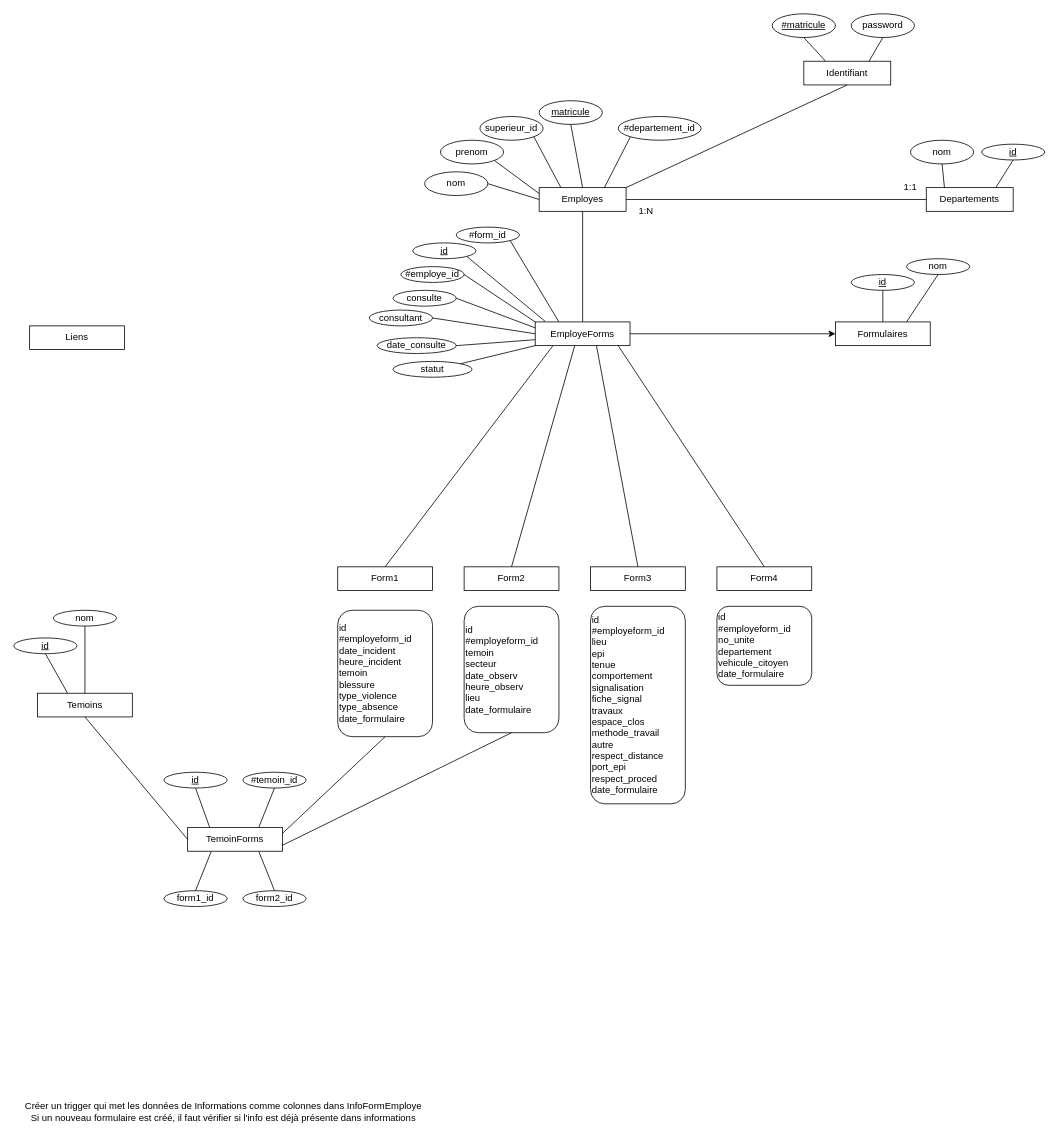
Earlier version of the draw.io diagram Notes/BDD/BDD.drawio (antoineg94/Projet-integration). Source tidied: cells renumbered, new cells numbered last; positions are measured from the earlier drawing's top-left corner, leaving out a move shared by most shapes. Both pictures are drawn from the tidied source at 79%, with x=0, y=0 at pixel (13, 13).
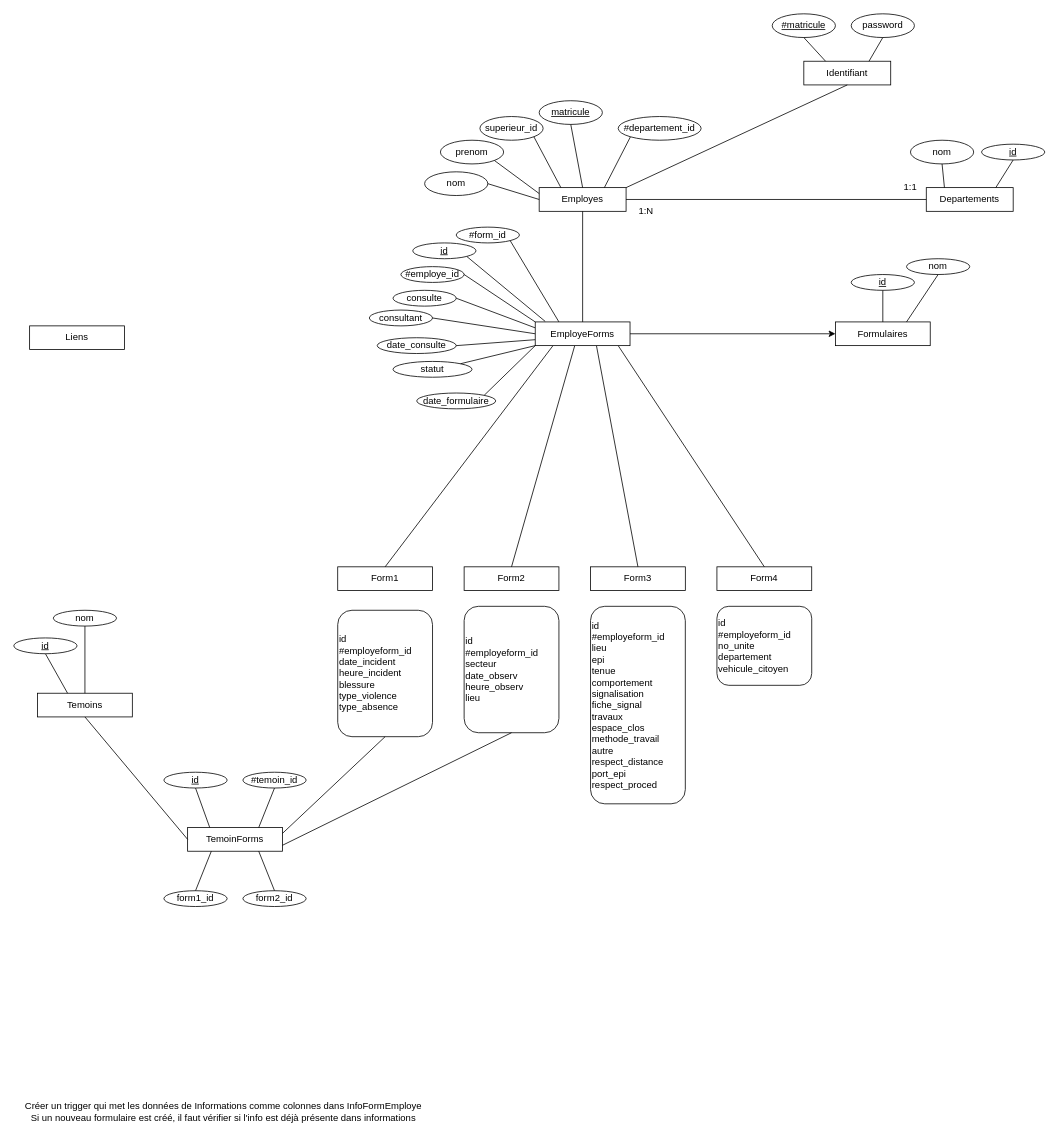
The same page after the edit.

The change refers to these unchanged cells:
```xml
<mxCell id="44" value="EmployeForms" style="rounded=0;whiteSpace=wrap;html=1;" parent="1" vertex="1">
  <mxGeometry x="660" y="390" width="120" height="30" as="geometry" />
</mxCell>
```

The edit, as a diff of the source:
```diff
@@
-    <mxCell id="33" value="id&lt;br&gt;#employeform_id&lt;br&gt;&lt;span style=&quot;background-color: initial;&quot;&gt;date_incident&lt;/span&gt;&lt;br&gt;&lt;div style=&quot;&quot;&gt;heure_incident&lt;/div&gt;&lt;div style=&quot;&quot;&gt;temoin&lt;/div&gt;&lt;div style=&quot;&quot;&gt;blessure&lt;/div&gt;&lt;div style=&quot;&quot;&gt;type_violence&lt;/div&gt;&lt;div style=&quot;&quot;&gt;type_absence&lt;/div&gt;&lt;div style=&quot;&quot;&gt;date_formulaire&lt;/div&gt;" style="rounded=1;whiteSpace=wrap;html=1;align=left;" parent="1" vertex="1">
+    <mxCell id="33" value="id&lt;br&gt;#employeform_id&lt;br&gt;&lt;span style=&quot;background-color: initial;&quot;&gt;date_incident&lt;/span&gt;&lt;br&gt;&lt;div style=&quot;&quot;&gt;heure_incident&lt;/div&gt;&lt;div style=&quot;&quot;&gt;blessure&lt;/div&gt;&lt;div style=&quot;&quot;&gt;type_violence&lt;/div&gt;&lt;div style=&quot;&quot;&gt;type_absence&lt;/div&gt;" style="rounded=1;whiteSpace=wrap;html=1;align=left;" parent="1" vertex="1">
       <mxGeometry x="410" y="755" width="120" height="160" as="geometry" />
     </mxCell>
-    <mxCell id="34" value="id&lt;br&gt;#employeform_id&lt;br&gt;&lt;span style=&quot;background-color: initial;&quot;&gt;temoin&lt;/span&gt;&lt;br&gt;&lt;div style=&quot;&quot;&gt;secteur&lt;/div&gt;&lt;div style=&quot;&quot;&gt;date_observ&lt;/div&gt;&lt;div style=&quot;&quot;&gt;heure_observ&lt;/div&gt;&lt;div style=&quot;&quot;&gt;lieu&lt;/div&gt;&lt;div style=&quot;&quot;&gt;date_formulaire&lt;/div&gt;" style="rounded=1;whiteSpace=wrap;html=1;align=left;" parent="1" vertex="1">
+    <mxCell id="34" value="id&lt;br&gt;#employeform_id&lt;br&gt;&lt;span style=&quot;background-color: initial;&quot;&gt;secteur&lt;/span&gt;&lt;br&gt;&lt;div style=&quot;&quot;&gt;date_observ&lt;/div&gt;&lt;div style=&quot;&quot;&gt;heure_observ&lt;/div&gt;&lt;div style=&quot;&quot;&gt;lieu&lt;/div&gt;" style="rounded=1;whiteSpace=wrap;html=1;align=left;" parent="1" vertex="1">
       <mxGeometry x="570" y="750" width="120" height="160" as="geometry" />
     </mxCell>
-    <mxCell id="35" value="id&lt;br style=&quot;border-color: var(--border-color);&quot;&gt;#employeform_id&lt;br&gt;lieu&lt;br style=&quot;border-color: var(--border-color);&quot;&gt;&lt;div style=&quot;border-color: var(--border-color);&quot;&gt;epi&lt;/div&gt;&lt;div style=&quot;border-color: var(--border-color);&quot;&gt;tenue&lt;/div&gt;&lt;div style=&quot;border-color: var(--border-color);&quot;&gt;comportement&lt;/div&gt;&lt;div style=&quot;border-color: var(--border-color);&quot;&gt;signalisation&lt;/div&gt;&lt;div style=&quot;border-color: var(--border-color);&quot;&gt;fiche_signal&lt;/div&gt;&lt;div style=&quot;border-color: var(--border-color);&quot;&gt;travaux&lt;/div&gt;&lt;div style=&quot;border-color: var(--border-color);&quot;&gt;espace_clos&lt;/div&gt;&lt;div style=&quot;border-color: var(--border-color);&quot;&gt;methode_travail&lt;/div&gt;&lt;div style=&quot;border-color: var(--border-color);&quot;&gt;autre&lt;/div&gt;&lt;div style=&quot;border-color: var(--border-color);&quot;&gt;respect_distance&lt;/div&gt;&lt;div style=&quot;border-color: var(--border-color);&quot;&gt;port_epi&lt;/div&gt;&lt;div style=&quot;border-color: var(--border-color);&quot;&gt;respect_proced&lt;/div&gt;&lt;div style=&quot;border-color: var(--border-color);&quot;&gt;date_formulaire&lt;/div&gt;" style="rounded=1;whiteSpace=wrap;html=1;align=left;" parent="1" vertex="1">
+    <mxCell id="35" value="id&lt;br style=&quot;border-color: var(--border-color);&quot;&gt;#employeform_id&lt;br&gt;lieu&lt;br style=&quot;border-color: var(--border-color);&quot;&gt;&lt;div style=&quot;border-color: var(--border-color);&quot;&gt;epi&lt;/div&gt;&lt;div style=&quot;border-color: var(--border-color);&quot;&gt;tenue&lt;/div&gt;&lt;div style=&quot;border-color: var(--border-color);&quot;&gt;comportement&lt;/div&gt;&lt;div style=&quot;border-color: var(--border-color);&quot;&gt;signalisation&lt;/div&gt;&lt;div style=&quot;border-color: var(--border-color);&quot;&gt;fiche_signal&lt;/div&gt;&lt;div style=&quot;border-color: var(--border-color);&quot;&gt;travaux&lt;/div&gt;&lt;div style=&quot;border-color: var(--border-color);&quot;&gt;espace_clos&lt;/div&gt;&lt;div style=&quot;border-color: var(--border-color);&quot;&gt;methode_travail&lt;/div&gt;&lt;div style=&quot;border-color: var(--border-color);&quot;&gt;autre&lt;/div&gt;&lt;div style=&quot;border-color: var(--border-color);&quot;&gt;respect_distance&lt;/div&gt;&lt;div style=&quot;border-color: var(--border-color);&quot;&gt;port_epi&lt;/div&gt;&lt;div style=&quot;border-color: var(--border-color);&quot;&gt;respect_proced&lt;/div&gt;" style="rounded=1;whiteSpace=wrap;html=1;align=left;" parent="1" vertex="1">
       <mxGeometry x="730" y="750" width="120" height="250" as="geometry" />
     </mxCell>
-    <mxCell id="36" value="id&lt;br style=&quot;border-color: var(--border-color);&quot;&gt;#employeform_id&lt;br&gt;no_unite&lt;br&gt;departement&lt;br&gt;vehicule_citoyen&lt;br&gt;date_formulaire" style="rounded=1;whiteSpace=wrap;html=1;align=left;" parent="1" vertex="1">
+    <mxCell id="36" value="id&lt;br style=&quot;border-color: var(--border-color);&quot;&gt;#employeform_id&lt;br&gt;no_unite&lt;br&gt;departement&lt;br&gt;vehicule_citoyen" style="rounded=1;whiteSpace=wrap;html=1;align=left;" parent="1" vertex="1">
       <mxGeometry x="890" y="750" width="120" height="100" as="geometry" />
     </mxCell>
@@
+    <mxCell id="80" value="date_formulaire" style="ellipse;whiteSpace=wrap;html=1;" parent="1" vertex="1">
+      <mxGeometry x="510" y="480" width="100" height="20" as="geometry" />
+    </mxCell>
+    <mxCell id="81" style="endArrow=none;html=1;rounded=0;exitX=1;exitY=0;exitDx=0;exitDy=0;entryX=0;entryY=1;entryDx=0;entryDy=0;" parent="1" edge="1" source="80" target="44">
+      <mxGeometry relative="1" as="geometry" />
+    </mxCell>
```
